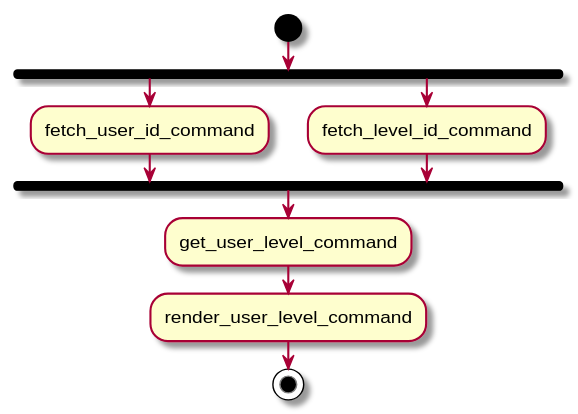
arpb2/C-3PO keeps this PlantUML diagram as build/uml/user_level_get_controller.svg. Above is the earlier version.
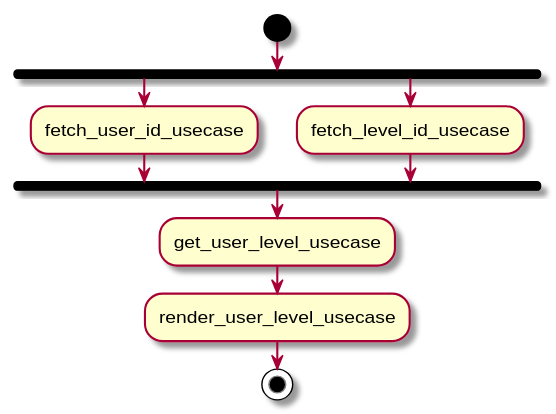
Later version of the same file.

The edit, as a diff of the source:
```diff
@@ -1,11 +1,11 @@
 @startuml
 start
 fork
-:fetch_user_id_command;
+:fetch_user_id_usecase;
 fork again
-:fetch_level_id_command;
+:fetch_level_id_usecase;
 end fork
-:get_user_level_command;
-:render_user_level_command;
+:get_user_level_usecase;
+:render_user_level_usecase;
 stop
 @enduml
```
